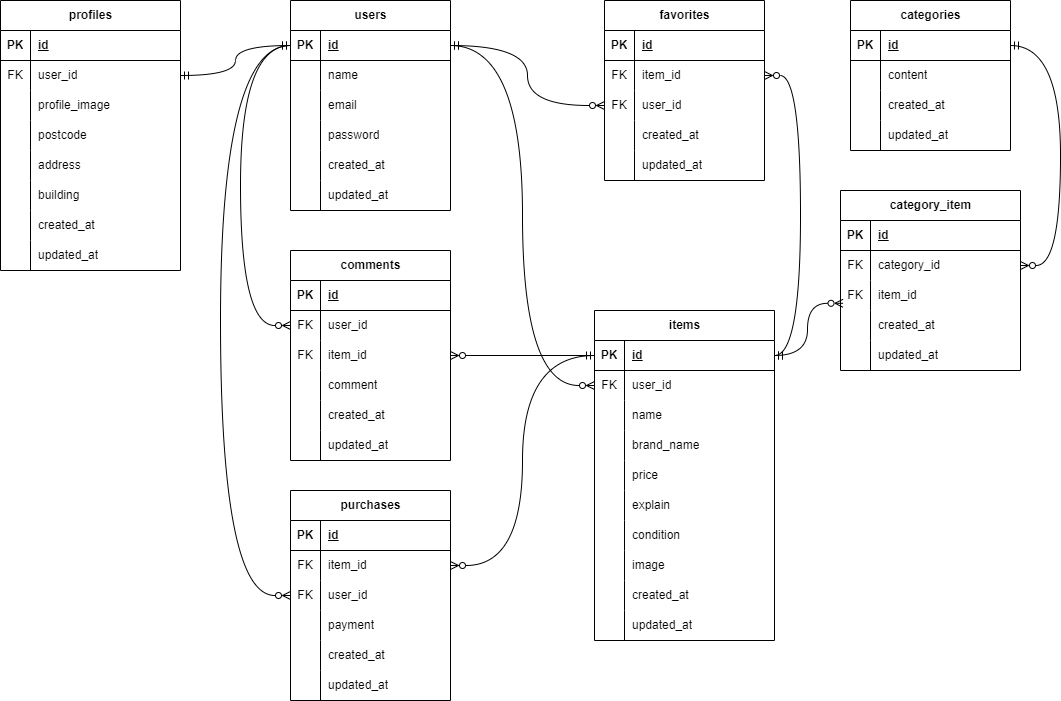
Above: ER.png in torch29/matsumoto-mogikadai1 (draw.io), before the change. Source tidied: cells renumbered, new cells last; positions are measured from the earlier drawing's top-left corner, leaving out a move shared by most shapes.
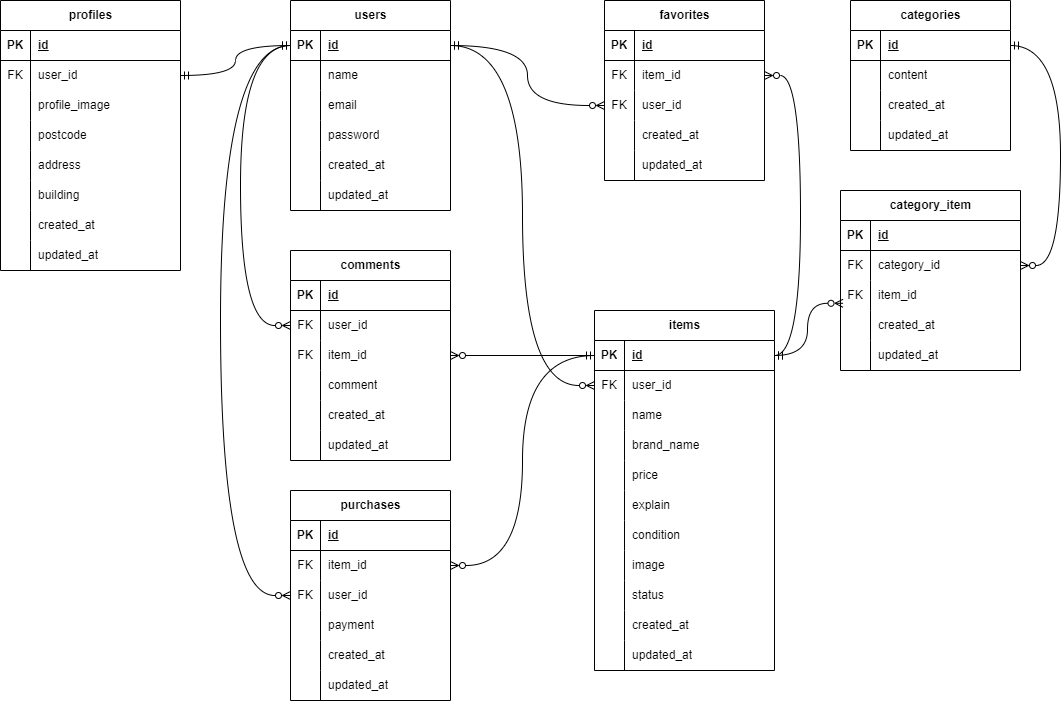
Above is the later version.

The edit, as a diff of the source:
```diff
@@ -135,7 +135,7 @@
       <mxGeometry x="30" width="150" height="30" as="geometry" />
     </mxCell>
     <mxCell id="46" value="items" style="shape=table;startSize=30;rowLines=0;fontStyle=1;align=center;html=1;" parent="1" vertex="1">
-      <mxGeometry x="594" y="310" width="180" height="330" as="geometry" />
+      <mxGeometry x="594" y="310" width="180" height="360" as="geometry" />
     </mxCell>
     <mxCell id="47" style="shape=tableRow;horizontal=0;startSize=0;swimlaneHead=0;swimlaneBody=0;fillColor=none;points=[[0,0.5],[1,0.5]];portConstraint=eastwest;top=0;left=0;right=0;bottom=1;" parent="46" vertex="1">
       <mxGeometry y="30" width="180" height="30" as="geometry" />
@@ -209,8 +209,17 @@
     <mxCell id="70" value="image" style="shape=partialRectangle;fillColor=none;top=0;left=0;bottom=0;right=0;align=left;spacingLeft=6;overflow=hidden;whiteSpace=wrap;html=1;" parent="68" vertex="1">
       <mxGeometry x="30" width="150" height="30" as="geometry" />
     </mxCell>
+    <mxCell id="171" style="shape=tableRow;horizontal=0;startSize=0;swimlaneHead=0;swimlaneBody=0;fillColor=none;top=0;left=0;right=0;bottom=0;" parent="46" vertex="1">
+      <mxGeometry y="270" width="180" height="30" as="geometry" />
+    </mxCell>
+    <mxCell id="172" style="shape=partialRectangle;fillColor=none;top=0;left=0;bottom=0;right=0;overflow=hidden;whiteSpace=wrap;html=1;" parent="171" vertex="1">
+      <mxGeometry width="30" height="30" as="geometry" />
+    </mxCell>
+    <mxCell id="173" value="status" style="shape=partialRectangle;fillColor=none;top=0;left=0;bottom=0;right=0;align=left;spacingLeft=6;overflow=hidden;whiteSpace=wrap;html=1;" parent="171" vertex="1">
+      <mxGeometry x="30" width="150" height="30" as="geometry" />
+    </mxCell>
     <mxCell id="71" style="shape=tableRow;horizontal=0;startSize=0;swimlaneHead=0;swimlaneBody=0;fillColor=none;top=0;left=0;right=0;bottom=0;" parent="46" vertex="1">
-      <mxGeometry y="270" width="180" height="30" as="geometry" />
+      <mxGeometry y="300" width="180" height="30" as="geometry" />
     </mxCell>
     <mxCell id="72" style="shape=partialRectangle;fillColor=none;top=0;left=0;bottom=0;right=0;overflow=hidden;whiteSpace=wrap;html=1;" parent="71" vertex="1">
       <mxGeometry width="30" height="30" as="geometry" />
@@ -219,7 +228,7 @@
       <mxGeometry x="30" width="150" height="30" as="geometry" />
     </mxCell>
     <mxCell id="74" style="shape=tableRow;horizontal=0;startSize=0;swimlaneHead=0;swimlaneBody=0;fillColor=none;top=0;left=0;right=0;bottom=0;" parent="46" vertex="1">
-      <mxGeometry y="300" width="180" height="30" as="geometry" />
+      <mxGeometry y="330" width="180" height="30" as="geometry" />
     </mxCell>
     <mxCell id="75" style="shape=partialRectangle;fillColor=none;top=0;left=0;bottom=0;right=0;overflow=hidden;whiteSpace=wrap;html=1;" parent="74" vertex="1">
       <mxGeometry width="30" height="30" as="geometry" />
```
